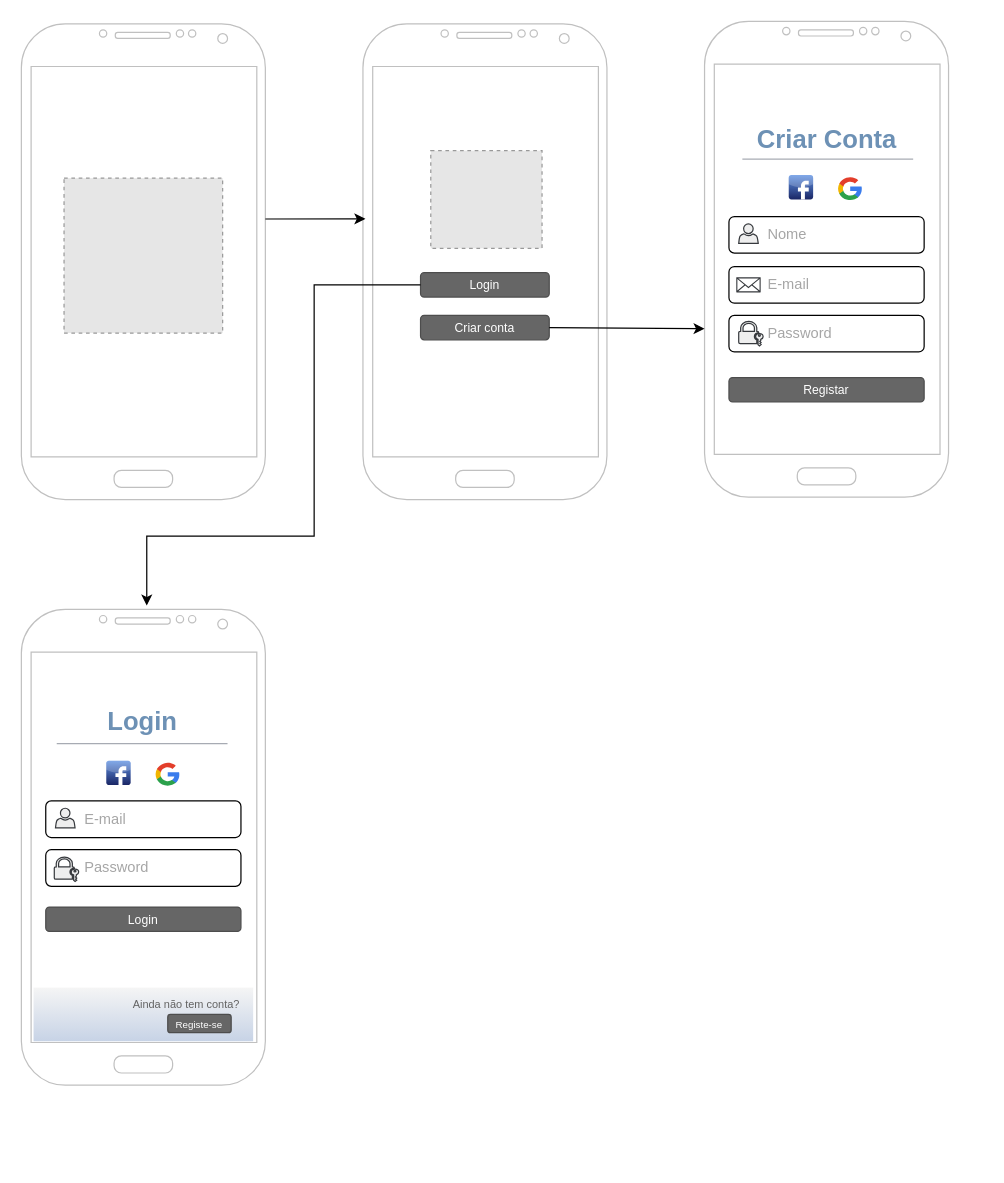
Before: Diagrama-MyPastry-P.D.M-v1.drawio in Joaquim-Claudio/MyPastry_PROJETO-MOBILE-2023-2024, a draw.io diagram. Source tidied: cells renumbered, new cells numbered last; positions are measured from the earlier drawing's top-left corner, leaving out a move shared by most shapes. Both pictures are drawn from the tidied source at 122%, with x=0, y=0 at pixel (21, 21). Pictures stored in the file or linked from it are replaced by grey dashed boxes.
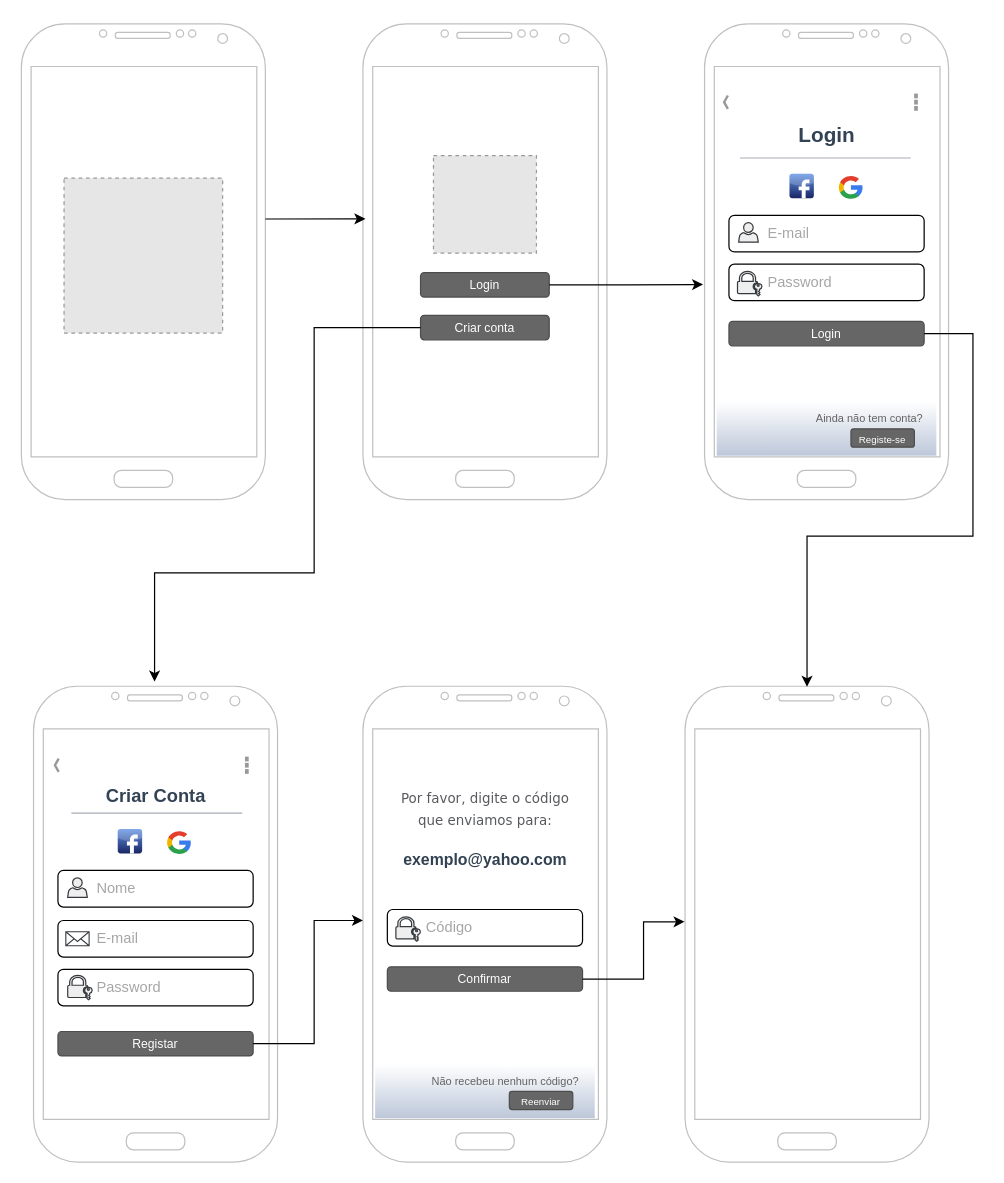
The same diagram, later.

Unchanged cells that the change refers to:
```xml
<mxCell id="4" value="Criar conta" style="rounded=1;html=1;shadow=0;dashed=0;whiteSpace=wrap;fontSize=10;fillColor=#666666;align=center;strokeColor=#4D4D4D;fontColor=#ffffff;" parent="1" vertex="1">
  <mxGeometry x="327.2" y="241" width="105.5" height="20" as="geometry" />
</mxCell>
<mxCell id="5" value="Login" style="rounded=1;html=1;shadow=0;dashed=0;whiteSpace=wrap;fontSize=10;fillColor=#666666;align=center;strokeColor=#4D4D4D;fontColor=#ffffff;" parent="1" vertex="1">
  <mxGeometry x="327.2" y="206" width="105.5" height="20" as="geometry" />
</mxCell>
```

Change to the diagram source:
```diff
@@
-    <mxCell id="2" value="&lt;h1&gt;&lt;font color=&quot;#6d91b5&quot; style=&quot;font-size: 21px;&quot;&gt;Login&lt;/font&gt;&lt;/h1&gt;" style="text;strokeColor=none;fillColor=none;html=1;fontSize=12;fontStyle=1;verticalAlign=middle;align=center;fontFamily=Helvetica;fontColor=default;rounded=0;" parent="1" vertex="1">
-      <mxGeometry x="40" y="548" width="117.2" height="50" as="geometry" />
+    <mxCell id="2" value="&lt;h1&gt;&lt;font color=&quot;#334354&quot; style=&quot;font-size: 17px;&quot;&gt;Login&lt;/font&gt;&lt;/h1&gt;" style="text;strokeColor=none;fillColor=none;html=1;fontSize=12;fontStyle=1;verticalAlign=middle;align=center;fontFamily=Helvetica;fontColor=default;rounded=0;" parent="1" vertex="1">
+      <mxGeometry x="635" y="78" width="50" height="26" as="geometry" />
     </mxCell>
@@
     <mxCell id="8" style="fillColor=#E6E6E6;strokeColor=#999999;dashed=1;html=1;verticalLabelPosition=bottom;verticalAlign=top;" parent="1" vertex="1">
-      <mxGeometry x="335.6" y="106" width="91.2" height="80" as="geometry" />
+      <mxGeometry x="337.8" y="110" width="84.4" height="80" as="geometry" />
     </mxCell>
     <mxCell id="9" style="verticalLabelPosition=bottom;verticalAlign=top;html=1;shadow=0;dashed=0;strokeWidth=1;shape=mxgraph.android.phone2;strokeColor=#c0c0c0;" parent="1" vertex="1">
-      <mxGeometry x="560" width="200" height="390" as="geometry" />
+      <mxGeometry x="10" y="545" width="200" height="390" as="geometry" />
     </mxCell>
@@
-    <mxCell id="11" style="endArrow=classic;html=1;rounded=0;exitX=1;exitY=0.5;exitDx=0;exitDy=0;entryX=0;entryY=0.646;entryDx=0;entryDy=0;entryPerimeter=0;" parent="1" edge="1" source="4" target="9">
-      <mxGeometry relative="1" as="geometry" />
-    </mxCell>
     <mxCell id="12" value="&lt;font color=&quot;#a6a6a6&quot;&gt;&lt;span style=&quot;white-space: pre;&quot;&gt;&#9;&lt;/span&gt;&amp;nbsp;Nome&lt;/font&gt;" style="text;html=1;strokeColor=default;fillColor=none;align=left;verticalAlign=middle;whiteSpace=wrap;rounded=1;perimeterSpacing=0;shadow=0;glass=0;" parent="1" vertex="1">
-      <mxGeometry x="580" y="160" width="160" height="30" as="geometry" />
+      <mxGeometry x="30" y="696" width="160" height="30" as="geometry" />
     </mxCell>
     <mxCell id="13" style="sketch=0;shadow=0;dashed=0;html=1;strokeColor=#36393d;fillColor=#eeeeee;labelPosition=center;verticalLabelPosition=bottom;verticalAlign=top;align=center;shape=mxgraph.office.users.user;rounded=0;glass=0;fontFamily=Helvetica;fontSize=12;" parent="1" vertex="1">
-      <mxGeometry x="588" y="166" width="16" height="16" as="geometry" />
+      <mxGeometry x="38" y="702" width="16" height="16" as="geometry" />
     </mxCell>
     <mxCell id="14" value="&lt;font color=&quot;#cccccc&quot;&gt;&amp;nbsp;&lt;span style=&quot;white-space: pre;&quot;&gt;&#9;&lt;/span&gt;&amp;nbsp;&lt;/font&gt;&lt;font color=&quot;#a6a6a6&quot;&gt;E-mail&lt;/font&gt;" style="text;html=1;strokeColor=default;fillColor=none;align=left;verticalAlign=middle;whiteSpace=wrap;rounded=1;perimeterSpacing=0;shadow=0;glass=0;" parent="1" vertex="1">
-      <mxGeometry x="580" y="201" width="160" height="30" as="geometry" />
+      <mxGeometry x="30" y="737" width="160" height="30" as="geometry" />
     </mxCell>
     <mxCell id="15" value="&lt;font color=&quot;#a6a6a6&quot;&gt;&lt;span style=&quot;white-space: pre;&quot;&gt;&#9;&lt;/span&gt;&amp;nbsp;Password&lt;/font&gt;" style="text;html=1;strokeColor=default;fillColor=none;align=left;verticalAlign=middle;whiteSpace=wrap;rounded=1;perimeterSpacing=0;shadow=0;glass=0;" parent="1" vertex="1">
-      <mxGeometry x="580" y="241" width="160" height="30" as="geometry" />
+      <mxGeometry x="30" y="777" width="160" height="30" as="geometry" />
     </mxCell>
-    <mxCell id="16" value="&lt;h1&gt;&lt;font color=&quot;#6d91b5&quot; style=&quot;font-size: 21px;&quot;&gt;Criar Conta&lt;/font&gt;&lt;/h1&gt;" style="text;strokeColor=none;fillColor=none;html=1;fontSize=12;fontStyle=1;verticalAlign=middle;align=center;fontFamily=Helvetica;fontColor=default;rounded=0;" parent="1" vertex="1">
-      <mxGeometry x="601.4" y="71" width="117.2" height="50" as="geometry" />
+    <mxCell id="16" value="&lt;h1&gt;&lt;font color=&quot;#334354&quot; style=&quot;font-size: 15px;&quot;&gt;Criar Conta&lt;/font&gt;&lt;/h1&gt;" style="text;strokeColor=none;fillColor=none;html=1;fontSize=12;fontStyle=1;verticalAlign=middle;align=center;fontFamily=Helvetica;fontColor=default;rounded=0;" parent="1" vertex="1">
+      <mxGeometry x="51.4" y="617" width="117.2" height="30" as="geometry" />
     </mxCell>
     <mxCell id="17" style="dashed=0;html=1;align=center;labelPosition=center;verticalLabelPosition=bottom;verticalAlign=top;shape=mxgraph.webicons.facebook;fillColor=#6294E4;gradientColor=#1A2665;rounded=0;shadow=0;glass=0;strokeColor=default;fontFamily=Helvetica;fontSize=12;fontColor=default;" parent="1" vertex="1">
-      <mxGeometry x="629" y="126" width="20" height="20" as="geometry" />
+      <mxGeometry x="79" y="662" width="20" height="20" as="geometry" />
     </mxCell>
     <mxCell id="18" style="verticalLabelPosition=bottom;verticalAlign=top;html=1;shadow=0;dashed=0;strokeWidth=1;shape=mxgraph.android.phone2;strokeColor=#c0c0c0;" parent="1" vertex="1">
-      <mxGeometry y="482" width="200" height="390" as="geometry" />
+      <mxGeometry x="560" y="2" width="200" height="390" as="geometry" />
     </mxCell>
     <mxCell id="19" value="&lt;font color=&quot;#cccccc&quot;&gt;&lt;span style=&quot;white-space: pre;&quot;&gt;&#9;&lt;/span&gt;&amp;nbsp;&lt;/font&gt;&lt;font color=&quot;#a6a6a6&quot;&gt;E-mail&lt;/font&gt;" style="text;html=1;strokeColor=default;fillColor=none;align=left;verticalAlign=middle;whiteSpace=wrap;rounded=1;perimeterSpacing=0;shadow=0;glass=0;" parent="1" vertex="1">
-      <mxGeometry x="20" y="639" width="160" height="30" as="geometry" />
+      <mxGeometry x="580" y="159" width="160" height="30" as="geometry" />
     </mxCell>
     <mxCell id="20" style="sketch=0;shadow=0;dashed=0;html=1;strokeColor=#36393d;fillColor=#eeeeee;labelPosition=center;verticalLabelPosition=bottom;verticalAlign=top;align=center;shape=mxgraph.office.users.user;rounded=0;glass=0;fontFamily=Helvetica;fontSize=12;" parent="1" vertex="1">
-      <mxGeometry x="28" y="645" width="16" height="16" as="geometry" />
+      <mxGeometry x="588" y="165" width="16" height="16" as="geometry" />
     </mxCell>
     <mxCell id="21" value="&lt;font color=&quot;#cccccc&quot;&gt;&lt;span style=&quot;white-space: pre;&quot;&gt;&#9;&lt;/span&gt;&amp;nbsp;&lt;/font&gt;&lt;font color=&quot;#a6a6a6&quot;&gt;Password&lt;/font&gt;" style="text;html=1;strokeColor=default;fillColor=none;align=left;verticalAlign=middle;whiteSpace=wrap;rounded=1;perimeterSpacing=0;shadow=0;glass=0;" parent="1" vertex="1">
-      <mxGeometry x="20" y="679" width="160" height="30" as="geometry" />
+      <mxGeometry x="580" y="199" width="160" height="30" as="geometry" />
     </mxCell>
     <mxCell id="22" style="sketch=0;shadow=0;dashed=0;html=1;strokeColor=#36393d;fillColor=#eeeeee;labelPosition=center;verticalLabelPosition=bottom;verticalAlign=top;align=center;shape=mxgraph.office.security.lock_with_key_security;rounded=0;glass=0;fontFamily=Helvetica;fontSize=12;fontColor=default;" parent="1" vertex="1">
-      <mxGeometry x="27" y="685" width="20" height="20" as="geometry" />
+      <mxGeometry x="587" y="205" width="20" height="20" as="geometry" />
     </mxCell>
     <mxCell id="23" style="sketch=0;shadow=0;dashed=0;html=1;strokeColor=#36393d;fillColor=#eeeeee;labelPosition=center;verticalLabelPosition=bottom;verticalAlign=top;align=center;shape=mxgraph.office.security.lock_with_key_security;rounded=0;glass=0;fontFamily=Helvetica;fontSize=12;fontColor=default;" parent="1" vertex="1">
-      <mxGeometry x="588" y="246" width="20" height="20" as="geometry" />
+      <mxGeometry x="38" y="782" width="20" height="20" as="geometry" />
     </mxCell>
     <mxCell id="24" style="sketch=0;fontColor=default;gradientColor=none;fillColor=#36393d;strokeColor=none;verticalLabelPosition=bottom;verticalAlign=top;align=center;html=1;fontSize=12;fontStyle=0;shape=mxgraph.aws4.email_2;rounded=0;shadow=0;glass=0;fontFamily=Helvetica;" parent="1" vertex="1">
-      <mxGeometry x="586" y="209.7" width="20" height="12.6" as="geometry" />
+      <mxGeometry x="36" y="745.7" width="20" height="12.6" as="geometry" />
     </mxCell>
     <mxCell id="25" value="Login" style="rounded=1;html=1;shadow=0;dashed=0;whiteSpace=wrap;fontSize=10;fillColor=#666666;align=center;strokeColor=#4D4D4D;fontColor=#ffffff;" parent="1" vertex="1">
-      <mxGeometry x="20" y="726" width="160" height="20" as="geometry" />
+      <mxGeometry x="580" y="246" width="160" height="20" as="geometry" />
     </mxCell>
-    <mxCell id="26" style="rounded=0;whiteSpace=wrap;html=1;shadow=0;glass=0;strokeColor=none;align=left;verticalAlign=middle;fontFamily=Helvetica;fontSize=12;fontColor=default;fillColor=#F5F5F5;gradientColor=#C7D3E6;" parent="1" vertex="1">
-      <mxGeometry x="10" y="792" width="180" height="44" as="geometry" />
+    <mxCell id="26" style="rounded=0;whiteSpace=wrap;html=1;shadow=0;glass=0;strokeColor=none;align=left;verticalAlign=middle;fontFamily=Helvetica;fontSize=12;fontColor=default;fillColor=#FFFFFF;gradientColor=#BCC7D9;" parent="1" vertex="1">
+      <mxGeometry x="570" y="312" width="180" height="44" as="geometry" />
     </mxCell>
     <mxCell id="27" value="&lt;font style=&quot;font-size: 8px;&quot;&gt;Registe-se&lt;/font&gt;" style="rounded=1;html=1;shadow=0;dashed=0;whiteSpace=wrap;fontSize=10;fillColor=#666666;align=center;strokeColor=#4D4D4D;fontColor=#ffffff;" parent="1" vertex="1">
-      <mxGeometry x="120" y="814" width="52" height="15" as="geometry" />
+      <mxGeometry x="680" y="334" width="52" height="15" as="geometry" />
     </mxCell>
     <mxCell id="28" value="&lt;font color=&quot;#636363&quot; style=&quot;font-size: 9px;&quot;&gt;Ainda não tem conta?&lt;/font&gt;" style="text;html=1;strokeColor=none;fillColor=none;align=center;verticalAlign=middle;whiteSpace=wrap;rounded=0;fontSize=12;fontFamily=Helvetica;fontColor=default;" parent="1" vertex="1">
-      <mxGeometry x="86.8" y="798" width="97.2" height="13" as="geometry" />
+      <mxGeometry x="646.8" y="318" width="97.2" height="13" as="geometry" />
     </mxCell>
     <mxCell id="29" style="endArrow=none;html=1;rounded=0;fontFamily=Helvetica;fontSize=12;fontColor=default;strokeColor=#A7ABB3;" parent="1" edge="1">
       <mxGeometry relative="1" as="geometry">
-        <mxPoint x="29" y="592" as="sourcePoint" />
-        <mxPoint x="169" y="592" as="targetPoint" />
+        <mxPoint x="589" y="112" as="sourcePoint" />
+        <mxPoint x="729" y="112" as="targetPoint" />
       </mxGeometry>
     </mxCell>
     <mxCell id="30" value="Registar" style="rounded=1;html=1;shadow=0;dashed=0;whiteSpace=wrap;fontSize=10;fillColor=#666666;align=center;strokeColor=#4D4D4D;fontColor=#ffffff;" parent="1" vertex="1">
-      <mxGeometry x="580" y="292" width="160" height="20" as="geometry" />
+      <mxGeometry x="30" y="828" width="160" height="20" as="geometry" />
     </mxCell>
     <mxCell id="31" style="endArrow=none;html=1;rounded=0;fontFamily=Helvetica;fontSize=12;fontColor=default;strokeColor=#A7ABB3;" parent="1" edge="1">
       <mxGeometry relative="1" as="geometry">
-        <mxPoint x="591" y="113" as="sourcePoint" />
-        <mxPoint x="731" y="113" as="targetPoint" />
+        <mxPoint x="41" y="649" as="sourcePoint" />
+        <mxPoint x="181" y="649" as="targetPoint" />
       </mxGeometry>
     </mxCell>
     <mxCell id="32" style="dashed=0;html=1;align=center;labelPosition=center;verticalLabelPosition=bottom;verticalAlign=top;shape=mxgraph.weblogos.google;rounded=0;shadow=0;glass=0;strokeColor=default;fontFamily=Helvetica;fontSize=12;fontColor=default;fillColor=none;gradientColor=none;" parent="1" vertex="1">
-      <mxGeometry x="669" y="127" width="20" height="20" as="geometry" />
+      <mxGeometry x="119" y="663" width="20" height="20" as="geometry" />
     </mxCell>
-    <mxCell id="33" style="edgeStyle=orthogonalEdgeStyle;rounded=0;jettySize=auto;html=1;exitX=0;exitY=0.5;exitDx=0;exitDy=0;entryX=0.514;entryY=-0.008;entryDx=0;entryDy=0;entryPerimeter=0;fontFamily=Helvetica;fontSize=12;fontColor=default;" parent="1" edge="1" source="5" target="18">
-      <mxGeometry relative="1" as="geometry">
-        <Array as="points">
-          <mxPoint x="240" y="216" />
-          <mxPoint x="240" y="422" />
-          <mxPoint x="103" y="422" />
-        </Array>
-      </mxGeometry>
-    </mxCell>
     <mxCell id="34" style="dashed=0;html=1;align=center;labelPosition=center;verticalLabelPosition=bottom;verticalAlign=top;shape=mxgraph.webicons.facebook;fillColor=#6294E4;gradientColor=#1A2665;rounded=0;shadow=0;glass=0;strokeColor=default;fontFamily=Helvetica;fontSize=12;fontColor=default;" parent="1" vertex="1">
-      <mxGeometry x="69.6" y="606" width="20" height="20" as="geometry" />
+      <mxGeometry x="629.6" y="125" width="20" height="20" as="geometry" />
     </mxCell>
     <mxCell id="35" style="dashed=0;html=1;align=center;labelPosition=center;verticalLabelPosition=bottom;verticalAlign=top;shape=mxgraph.weblogos.google;rounded=0;shadow=0;glass=0;strokeColor=default;fontFamily=Helvetica;fontSize=12;fontColor=default;fillColor=none;gradientColor=none;" parent="1" vertex="1">
-      <mxGeometry x="109.6" y="607" width="20" height="20" as="geometry" />
+      <mxGeometry x="669.6" y="126" width="20" height="20" as="geometry" />
     </mxCell>
+    <mxCell id="33" style="edgeStyle=orthogonalEdgeStyle;rounded=0;jettySize=auto;html=1;exitX=1;exitY=0.5;exitDx=0;exitDy=0;entryX=-0.006;entryY=0.548;entryDx=0;entryDy=0;entryPerimeter=0;" parent="1" edge="1" source="5" target="18">
+      <mxGeometry relative="1" as="geometry" />
+    </mxCell>
+    <mxCell id="11" style="edgeStyle=orthogonalEdgeStyle;rounded=0;jettySize=auto;html=1;exitX=0;exitY=0.5;exitDx=0;exitDy=0;entryX=0.496;entryY=-0.01;entryDx=0;entryDy=0;entryPerimeter=0;" parent="1" edge="1" source="4" target="9">
+      <mxGeometry relative="1" as="geometry">
+        <Array as="points">
+          <mxPoint x="240" y="251" />
+          <mxPoint x="240" y="452" />
+          <mxPoint x="109" y="452" />
+        </Array>
+      </mxGeometry>
+    </mxCell>
+    <mxCell id="36" style="strokeWidth=1;html=1;shadow=0;dashed=0;shape=mxgraph.android.action_bar_landscape;strokeWidth=2;whiteSpace=wrap;" parent="1" vertex="1">
+      <mxGeometry x="24.5" y="598" width="171" height="23.5" as="geometry" />
+    </mxCell>
+    <mxCell id="37" value="&lt;pre style=&quot;line-height: 60%; font-size: 11px;&quot;&gt;&lt;font face=&quot;Verdana&quot; color=&quot;#585a5e&quot; style=&quot;font-weight: normal; font-size: 11px;&quot;&gt;Por favor, digite o código&lt;/font&gt;&lt;/pre&gt;&lt;pre style=&quot;line-height: 60%; font-size: 11px;&quot;&gt;&lt;font face=&quot;Verdana&quot; color=&quot;#585a5e&quot; style=&quot;font-weight: normal; font-size: 11px;&quot;&gt;&lt;font style=&quot;font-size: 11px;&quot;&gt;que&amp;nbsp;&lt;/font&gt;enviamos para:&lt;/font&gt;&lt;/pre&gt;" style="text;strokeColor=none;fillColor=none;html=1;fontSize=12;fontStyle=1;verticalAlign=middle;align=center;fontFamily=Helvetica;fontColor=default;rounded=0;" parent="1" vertex="1">
+      <mxGeometry x="304.9" y="617" width="150.2" height="59" as="geometry" />
+    </mxCell>
+    <mxCell id="38" style="verticalLabelPosition=bottom;verticalAlign=top;html=1;shadow=0;dashed=0;strokeWidth=1;shape=mxgraph.android.phone2;strokeColor=#c0c0c0;" parent="1" vertex="1">
+      <mxGeometry x="280" y="545" width="200" height="390" as="geometry" />
+    </mxCell>
+    <mxCell id="39" value="&lt;font color=&quot;#cccccc&quot;&gt;&lt;span style=&quot;white-space: pre;&quot;&gt;&#9;&lt;/span&gt;&amp;nbsp;&lt;/font&gt;&lt;font color=&quot;#a6a6a6&quot;&gt;Código&lt;/font&gt;" style="text;html=1;strokeColor=default;fillColor=none;align=left;verticalAlign=middle;whiteSpace=wrap;rounded=1;perimeterSpacing=0;shadow=0;glass=0;" parent="1" vertex="1">
+      <mxGeometry x="300" y="728" width="160" height="30" as="geometry" />
+    </mxCell>
+    <mxCell id="40" style="sketch=0;shadow=0;dashed=0;html=1;strokeColor=#36393d;fillColor=#eeeeee;labelPosition=center;verticalLabelPosition=bottom;verticalAlign=top;align=center;shape=mxgraph.office.security.lock_with_key_security;rounded=0;glass=0;fontFamily=Helvetica;fontSize=12;fontColor=default;" parent="1" vertex="1">
+      <mxGeometry x="307" y="734" width="20" height="20" as="geometry" />
+    </mxCell>
+    <mxCell id="41" value="Confirmar" style="rounded=1;html=1;shadow=0;dashed=0;whiteSpace=wrap;fontSize=10;fillColor=#666666;align=center;strokeColor=#4D4D4D;fontColor=#ffffff;" parent="1" vertex="1">
+      <mxGeometry x="300" y="775" width="160" height="20" as="geometry" />
+    </mxCell>
+    <mxCell id="42" style="rounded=0;whiteSpace=wrap;html=1;shadow=0;glass=0;strokeColor=none;align=left;verticalAlign=middle;fontFamily=Helvetica;fontSize=12;fontColor=default;fillColor=#FFFFFF;gradientColor=#BCC7D9;" parent="1" vertex="1">
+      <mxGeometry x="290" y="855" width="180" height="44" as="geometry" />
+    </mxCell>
+    <mxCell id="43" value="&lt;font style=&quot;font-size: 8px;&quot;&gt;Reenviar&lt;/font&gt;" style="rounded=1;html=1;shadow=0;dashed=0;whiteSpace=wrap;fontSize=10;fillColor=#666666;align=center;strokeColor=#4D4D4D;fontColor=#ffffff;" parent="1" vertex="1">
+      <mxGeometry x="400" y="877" width="52" height="15" as="geometry" />
+    </mxCell>
+    <mxCell id="44" value="&lt;font color=&quot;#636363&quot; style=&quot;font-size: 9px;&quot;&gt;Não recebeu nenhum código?&lt;/font&gt;" style="text;html=1;strokeColor=none;fillColor=none;align=center;verticalAlign=middle;whiteSpace=wrap;rounded=0;fontSize=12;fontFamily=Helvetica;fontColor=default;" parent="1" vertex="1">
+      <mxGeometry x="330" y="855" width="134" height="26" as="geometry" />
+    </mxCell>
+    <mxCell id="45" style="verticalLabelPosition=bottom;verticalAlign=top;html=1;shadow=0;dashed=0;strokeWidth=1;shape=mxgraph.android.phone2;strokeColor=#c0c0c0;" parent="1" vertex="1">
+      <mxGeometry x="544" y="545" width="200" height="390" as="geometry" />
+    </mxCell>
+    <mxCell id="46" value="&lt;font color=&quot;#324252&quot; style=&quot;font-size: 13px;&quot;&gt;exemplo@yahoo.com&lt;/font&gt;" style="text;strokeColor=none;fillColor=none;html=1;fontSize=24;fontStyle=1;verticalAlign=middle;align=center;shadow=0;" parent="1" vertex="1">
+      <mxGeometry x="285" y="664" width="190" height="40" as="geometry" />
+    </mxCell>
+    <mxCell id="47" style="edgeStyle=orthogonalEdgeStyle;rounded=0;jettySize=auto;html=1;exitX=1;exitY=0.5;exitDx=0;exitDy=0;" parent="1" edge="1" source="30">
+      <mxGeometry relative="1" as="geometry">
+        <mxPoint x="280" y="737" as="targetPoint" />
+        <Array as="points">
+          <mxPoint x="240" y="838" />
+          <mxPoint x="240" y="737" />
+        </Array>
+      </mxGeometry>
+    </mxCell>
+    <mxCell id="48" style="strokeWidth=1;html=1;shadow=0;dashed=0;shape=mxgraph.android.action_bar_landscape;strokeWidth=2;whiteSpace=wrap;" parent="1" vertex="1">
+      <mxGeometry x="573" y="54.5" width="171" height="23.5" as="geometry" />
+    </mxCell>
+    <mxCell id="49" style="edgeStyle=orthogonalEdgeStyle;rounded=0;jettySize=auto;html=1;exitX=1;exitY=0.5;exitDx=0;exitDy=0;entryX=0.5;entryY=0.001;entryDx=0;entryDy=0;entryPerimeter=0;" parent="1" edge="1" source="25" target="45">
+      <mxGeometry relative="1" as="geometry">
+        <Array as="points">
+          <mxPoint x="780" y="256" />
+          <mxPoint x="780" y="422" />
+          <mxPoint x="644" y="422" />
+        </Array>
+      </mxGeometry>
+    </mxCell>
+    <mxCell id="50" style="edgeStyle=orthogonalEdgeStyle;rounded=0;jettySize=auto;html=1;exitX=1;exitY=0.5;exitDx=0;exitDy=0;entryX=-0.002;entryY=0.495;entryDx=0;entryDy=0;entryPerimeter=0;" parent="1" edge="1" source="41" target="45">
+      <mxGeometry relative="1" as="geometry">
+        <Array as="points">
+          <mxPoint x="510" y="785" />
+          <mxPoint x="510" y="738" />
+        </Array>
+      </mxGeometry>
+    </mxCell>
```
